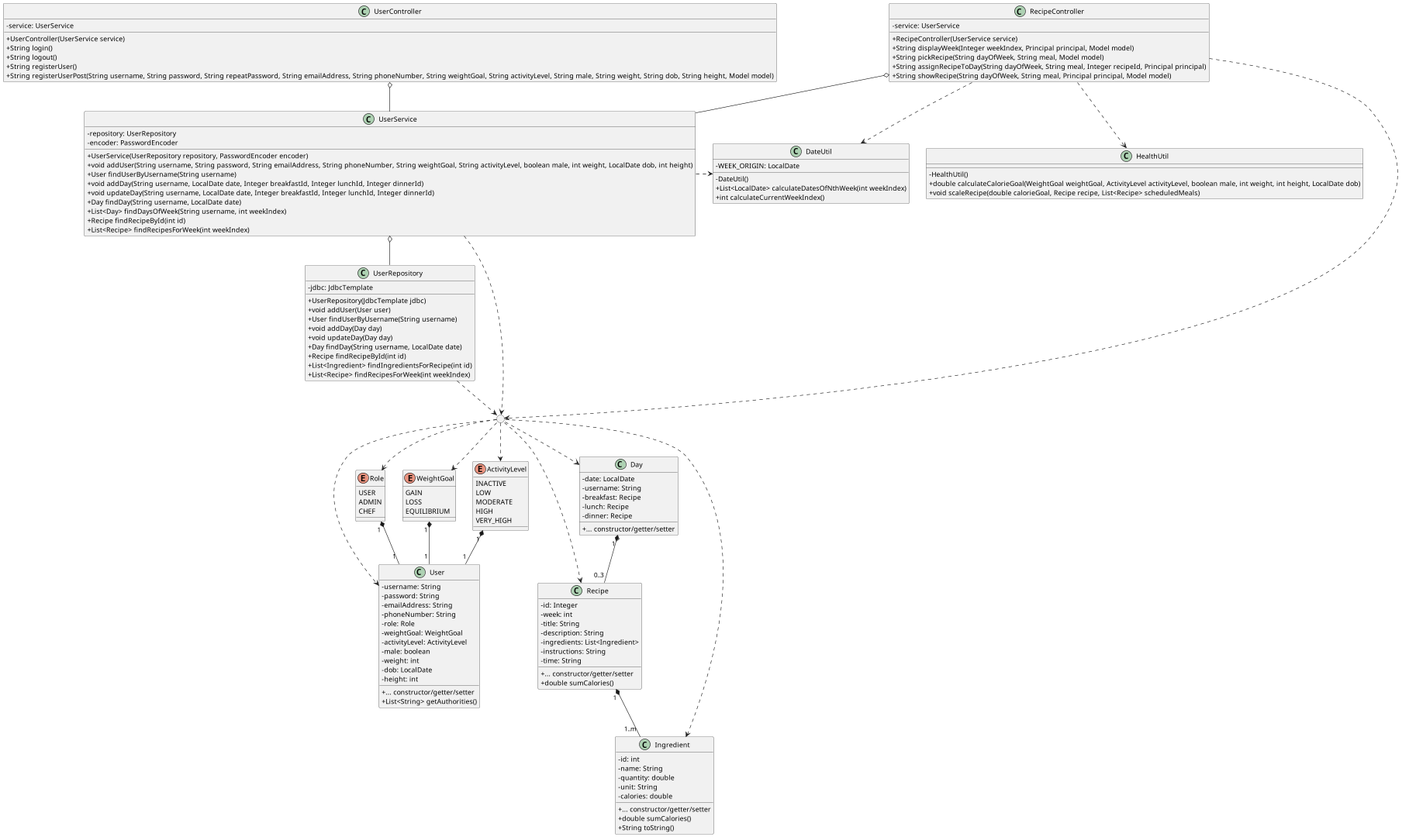
Before: diagram/class-diagram.png, a diagram exported from PlantUML (sofush/kostplan).
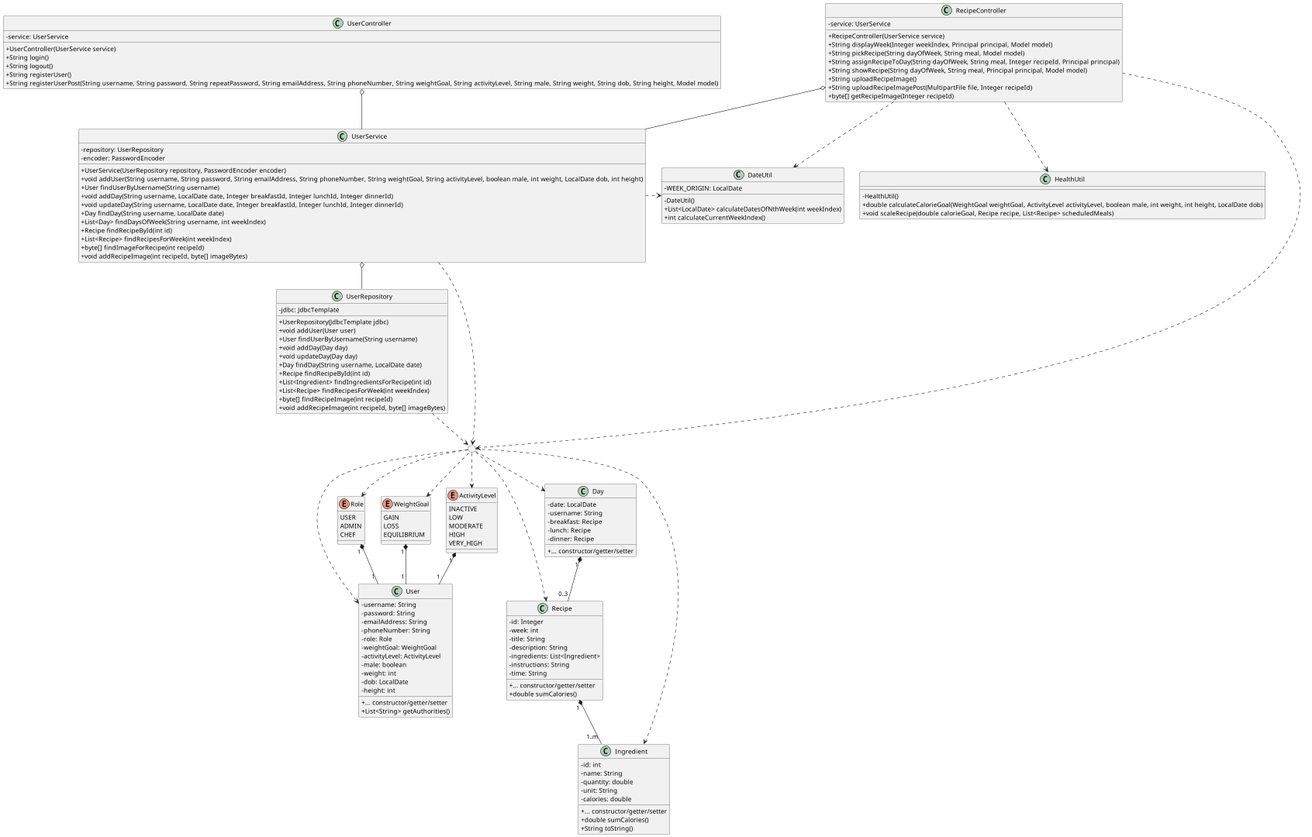
Later version of the same file.

What changed in the source:
```diff
@@ -77,6 +77,9 @@
 	+ String pickRecipe(String dayOfWeek, String meal, Model model)
 	+ String assignRecipeToDay(String dayOfWeek, String meal, Integer recipeId, Principal principal)
 	+ String showRecipe(String dayOfWeek, String meal, Principal principal, Model model)
+	+ String uploadRecipeImage()
+	+ String uploadRecipeImagePost(MultipartFile file, Integer recipeId)
+	+ byte[] getRecipeImage(Integer recipeId)
 }
 class UserService {
 	- repository: UserRepository
@@ -90,6 +93,8 @@
 	+ List<Day> findDaysOfWeek(String username, int weekIndex)
 	+ Recipe findRecipeById(int id)
 	+ List<Recipe> findRecipesForWeek(int weekIndex)
+	+ byte[] findImageForRecipe(int recipeId)
+	+ void addRecipeImage(int recipeId, byte[] imageBytes)
 }
 class UserRepository {
 	- jdbc: JdbcTemplate
@@ -102,6 +107,8 @@
 	+ Recipe findRecipeById(int id)
 	+ List<Ingredient> findIngredientsForRecipe(int id)
 	+ List<Recipe> findRecipesForWeek(int weekIndex)
+	+ byte[] findRecipeImage(int recipeId)
+	+ void addRecipeImage(int recipeId, byte[] imageBytes)
 }
 class HealthUtil {
 	- HealthUtil()
```
